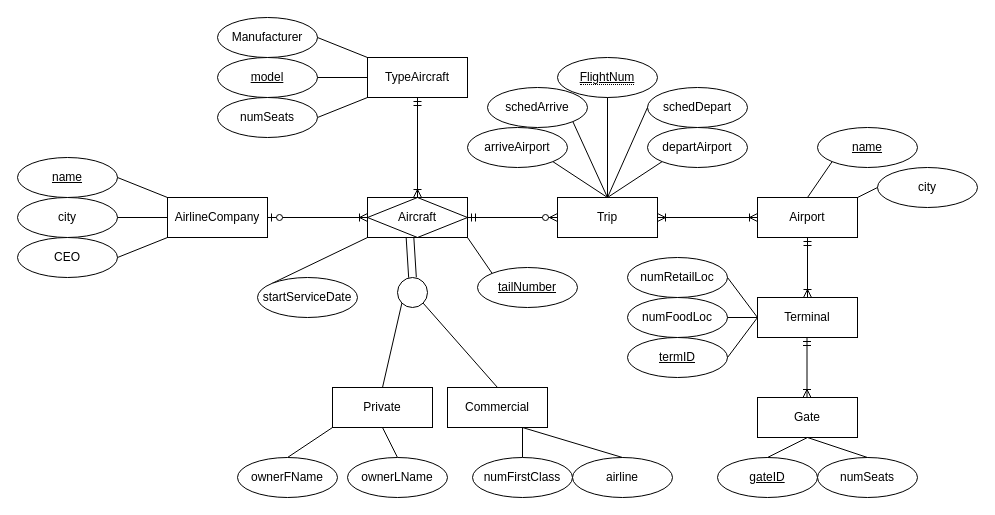
Above: ERD_IA.drawio in greermp/7212 (draw.io), before the change. Source tidied: cells renumbered, new cells numbered last; positions are measured from the earlier drawing's top-left corner, leaving out a move shared by most shapes. Both pictures are drawn from the tidied source at 100%, with x=0, y=0 at pixel (17, 17).
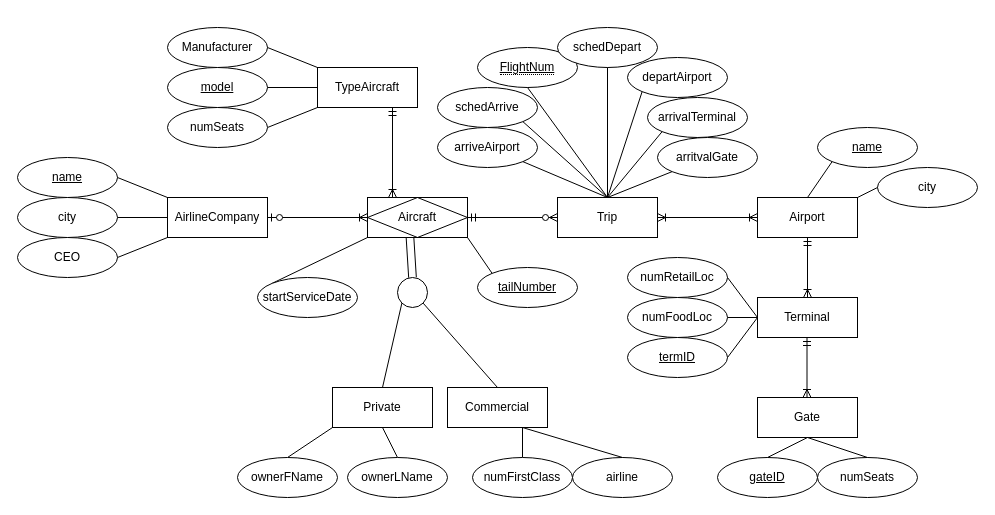
Above is the later version.

Unchanged cells that the change refers to:
```xml
<mxCell id="38" value="Aircraft" style="shape=associativeEntity;whiteSpace=wrap;html=1;align=center;" parent="1" vertex="1">
  <mxGeometry x="350" y="180" width="100" height="40" as="geometry" />
</mxCell>
<mxCell id="39" value="Trip" style="whiteSpace=wrap;html=1;align=center;" parent="1" vertex="1">
  <mxGeometry x="540" y="180" width="100" height="40" as="geometry" />
</mxCell>
```

The edit, as a diff of the source:
```diff
@@
     <mxCell id="2" value="&lt;span style=&quot;border-bottom: 1px dotted&quot;&gt;&lt;u&gt;FlightNum&lt;/u&gt;&lt;/span&gt;" style="ellipse;whiteSpace=wrap;html=1;align=center;" parent="1" vertex="1">
-      <mxGeometry x="540" y="40" width="100" height="40" as="geometry" />
+      <mxGeometry x="460" y="30" width="100" height="40" as="geometry" />
     </mxCell>
@@
     <mxCell id="5" value="TypeAircraft" style="whiteSpace=wrap;html=1;align=center;" parent="1" vertex="1">
-      <mxGeometry x="350" y="40" width="100" height="40" as="geometry" />
+      <mxGeometry x="300" y="50" width="100" height="40" as="geometry" />
     </mxCell>
     <mxCell id="6" value="&lt;u&gt;model&lt;/u&gt;" style="ellipse;whiteSpace=wrap;html=1;align=center;" parent="1" vertex="1">
-      <mxGeometry x="200" y="40" width="100" height="40" as="geometry" />
+      <mxGeometry x="150" y="50" width="100" height="40" as="geometry" />
     </mxCell>
     <mxCell id="7" value="Manufacturer" style="ellipse;whiteSpace=wrap;html=1;align=center;" parent="1" vertex="1">
-      <mxGeometry x="200" width="100" height="40" as="geometry" />
+      <mxGeometry x="150" y="10" width="100" height="40" as="geometry" />
     </mxCell>
@@
     <mxCell id="11" style="endArrow=none;html=1;entryX=0;entryY=1;entryDx=0;entryDy=0;exitX=1;exitY=0.5;exitDx=0;exitDy=0;" parent="1" edge="1" target="5">
       <mxGeometry relative="1" as="geometry">
-        <mxPoint x="300" y="100" as="sourcePoint" />
+        <mxPoint x="250" y="110" as="sourcePoint" />
       </mxGeometry>
     </mxCell>
-    <mxCell id="12" style="fontSize=12;html=1;endArrow=ERoneToMany;startArrow=ERmandOne;exitX=0.5;exitY=1;exitDx=0;exitDy=0;entryX=0.5;entryY=0;entryDx=0;entryDy=0;" parent="1" edge="1" source="5">
-      <mxGeometry relative="1" as="geometry">
-        <mxPoint x="400" y="180" as="targetPoint" />
-      </mxGeometry>
+    <mxCell id="12" style="fontSize=12;html=1;endArrow=ERoneToMany;startArrow=ERmandOne;exitX=0.75;exitY=1;exitDx=0;exitDy=0;entryX=0.25;entryY=0;entryDx=0;entryDy=0;" parent="1" edge="1" source="5" target="38">
+      <mxGeometry relative="1" as="geometry" />
     </mxCell>
@@
     <mxCell id="35" value="&lt;span style=&quot;font-weight: 400&quot;&gt;numSeats&lt;/span&gt;" style="ellipse;whiteSpace=wrap;html=1;align=center;fontStyle=1;" parent="1" vertex="1">
-      <mxGeometry x="200" y="80" width="100" height="40" as="geometry" />
+      <mxGeometry x="150" y="90" width="100" height="40" as="geometry" />
     </mxCell>
@@
-    <mxCell id="41" style="edgeStyle=none;rounded=0;jettySize=auto;html=1;" parent="1" edge="1" source="42" target="52">
-      <mxGeometry relative="1" as="geometry" />
-    </mxCell>
     <mxCell id="42" value="&lt;span&gt;departAirport&lt;/span&gt;" style="ellipse;whiteSpace=wrap;html=1;align=center;" parent="1" vertex="1">
-      <mxGeometry x="630" y="110" width="100" height="40" as="geometry" />
+      <mxGeometry x="610" y="40" width="100" height="40" as="geometry" />
     </mxCell>
     <mxCell id="43" value="arriveAirport" style="ellipse;whiteSpace=wrap;html=1;align=center;" parent="1" vertex="1">
-      <mxGeometry x="450" y="110" width="100" height="40" as="geometry" />
+      <mxGeometry x="420" y="110" width="100" height="40" as="geometry" />
     </mxCell>
@@
     <mxCell id="52" value="&lt;span&gt;schedDepart&lt;/span&gt;" style="ellipse;whiteSpace=wrap;html=1;align=center;" parent="1" vertex="1">
-      <mxGeometry x="630" y="70" width="100" height="40" as="geometry" />
+      <mxGeometry x="540" y="10" width="100" height="40" as="geometry" />
     </mxCell>
     <mxCell id="53" value="&lt;span&gt;schedArrive&lt;/span&gt;" style="ellipse;whiteSpace=wrap;html=1;align=center;" parent="1" vertex="1">
-      <mxGeometry x="470" y="70" width="100" height="40" as="geometry" />
+      <mxGeometry x="420" y="70" width="100" height="40" as="geometry" />
     </mxCell>
@@
-    <mxCell id="55" style="endArrow=none;html=1;exitX=0;exitY=0.5;exitDx=0;exitDy=0;" parent="1" edge="1" source="52">
+    <mxCell id="55" style="endArrow=none;html=1;exitX=0.5;exitY=1;exitDx=0;exitDy=0;" parent="1" edge="1" source="52">
       <mxGeometry relative="1" as="geometry">
         <mxPoint x="590" y="180" as="targetPoint" />
       </mxGeometry>
     </mxCell>
@@
+    <mxCell id="70" style="edgeStyle=none;rounded=0;orthogonalLoop=1;jettySize=auto;html=1;exitX=0.5;exitY=0;exitDx=0;exitDy=0;" parent="1" edge="1" source="52" target="52">
+      <mxGeometry relative="1" as="geometry" />
+    </mxCell>
+    <mxCell id="71" value="&lt;span&gt;arrivalTerminal&lt;/span&gt;" style="ellipse;whiteSpace=wrap;html=1;align=center;" parent="1" vertex="1">
+      <mxGeometry x="630" y="80" width="100" height="40" as="geometry" />
+    </mxCell>
+    <mxCell id="72" value="&lt;span&gt;arritvalGate&lt;/span&gt;" style="ellipse;whiteSpace=wrap;html=1;align=center;" parent="1" vertex="1">
+      <mxGeometry x="640" y="120" width="100" height="40" as="geometry" />
+    </mxCell>
+    <mxCell id="73" style="endArrow=none;html=1;exitX=0;exitY=1;exitDx=0;exitDy=0;" parent="1" edge="1" source="71">
+      <mxGeometry relative="1" as="geometry">
+        <mxPoint x="590" y="180" as="targetPoint" />
+      </mxGeometry>
+    </mxCell>
+    <mxCell id="74" style="endArrow=none;html=1;exitX=0;exitY=1;exitDx=0;exitDy=0;entryX=0.5;entryY=0;entryDx=0;entryDy=0;" parent="1" edge="1" source="72" target="39">
+      <mxGeometry relative="1" as="geometry" />
+    </mxCell>
```
